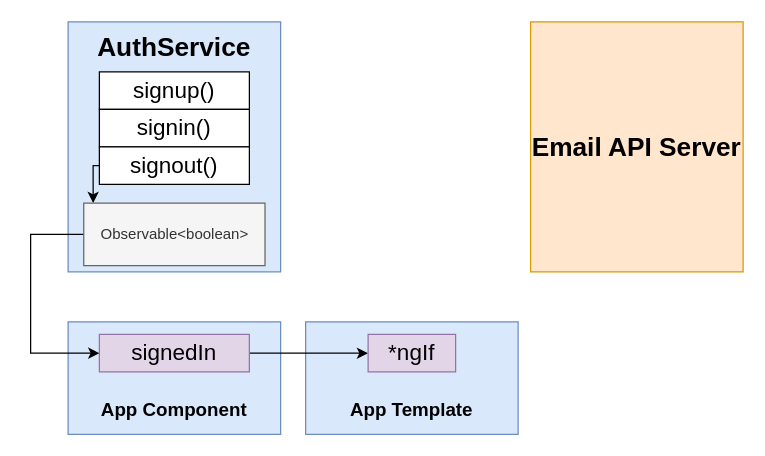
The draw.io diagram page "17 - rx" (19 of 23) of diagrams/auth/diagrams.drawio in StephenGrider/ng-casts, before the edit. Source tidied: cells renumbered, new cells numbered last; positions are measured from the earlier drawing's top-left corner, leaving out a move shared by most shapes. Both pictures are drawn from the tidied source at 125%, with x=0, y=0 at pixel (30, 21).
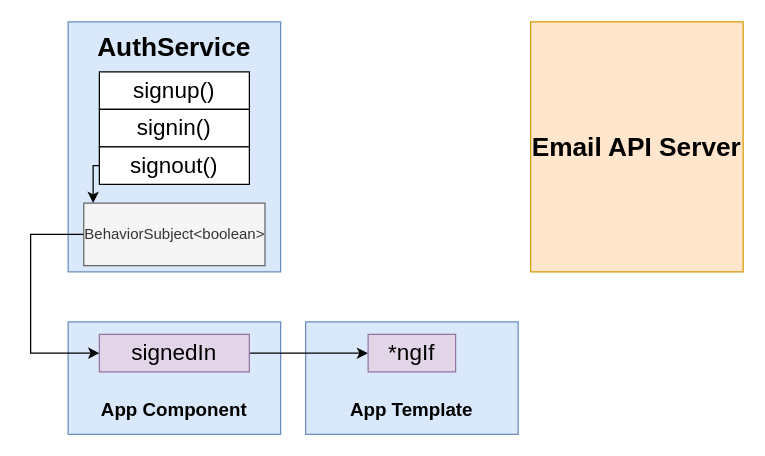
Above is the later version.

The edit, as a diff of the source:
```diff
@@
 <mxGraphModel>
   <root>
     <mxCell id="0" />
     <mxCell id="1" parent="0" />
     <mxCell id="2" style="rounded=0;whiteSpace=wrap;html=1;fontSize=21;align=center;fillColor=#dae8fc;strokeColor=#6c8ebf;fontStyle=1;" parent="1" vertex="1">
       <mxGeometry x="30" width="170" height="200" as="geometry" />
     </mxCell>
     <mxCell id="3" value="signup()" style="rounded=0;whiteSpace=wrap;html=1;fontSize=18;align=center;" parent="1" vertex="1">
       <mxGeometry x="55" y="40" width="120" height="30" as="geometry" />
     </mxCell>
     <mxCell id="4" value="Email API Server" style="rounded=0;whiteSpace=wrap;html=1;fontSize=21;align=center;fillColor=#ffe6cc;strokeColor=#d79b00;fontStyle=1;" parent="1" vertex="1">
       <mxGeometry x="400" width="170" height="200" as="geometry" />
     </mxCell>
     <mxCell id="5" value="&lt;span style=&quot;font-size: 21px ; font-weight: 700&quot;&gt;AuthService&lt;/span&gt;&lt;br style=&quot;font-size: 21px ; font-weight: 700&quot;&gt;" style="text;html=1;strokeColor=none;fillColor=none;align=center;verticalAlign=middle;whiteSpace=wrap;rounded=0;fontSize=18;" parent="1" vertex="1">
       <mxGeometry x="95" y="10" width="40" height="20" as="geometry" />
     </mxCell>
     <mxCell id="6" value="signin()" style="rounded=0;whiteSpace=wrap;html=1;fontSize=18;align=center;" parent="1" vertex="1">
       <mxGeometry x="55" y="70" width="120" height="30" as="geometry" />
     </mxCell>
     <mxCell id="7" style="edgeStyle=orthogonalEdgeStyle;rounded=0;jettySize=auto;html=1;exitX=0;exitY=0.5;exitDx=0;exitDy=0;entryX=0.052;entryY=0;entryDx=0;entryDy=0;entryPerimeter=0;fontSize=12;" parent="1" edge="1" source="8" target="17">
       <mxGeometry relative="1" as="geometry" />
     </mxCell>
     <mxCell id="8" value="signout()" style="rounded=0;whiteSpace=wrap;html=1;fontSize=18;align=center;" parent="1" vertex="1">
       <mxGeometry x="55" y="100" width="120" height="30" as="geometry" />
     </mxCell>
     <mxCell id="9" style="rounded=0;whiteSpace=wrap;html=1;fontSize=21;align=center;fillColor=#dae8fc;strokeColor=#6c8ebf;fontStyle=1;" parent="1" vertex="1">
       <mxGeometry x="30" y="240" width="170" height="90" as="geometry" />
     </mxCell>
     <mxCell id="10" value="&lt;span style=&quot;font-size: 15px; font-weight: 700;&quot;&gt;App Component&lt;/span&gt;" style="text;html=1;strokeColor=none;fillColor=none;align=center;verticalAlign=middle;whiteSpace=wrap;rounded=0;fontSize=15;" parent="1" vertex="1">
       <mxGeometry x="36.2" y="300" width="157.5" height="20" as="geometry" />
     </mxCell>
     <mxCell id="11" style="rounded=0;whiteSpace=wrap;html=1;fontSize=21;align=center;fillColor=#dae8fc;strokeColor=#6c8ebf;fontStyle=1;" parent="1" vertex="1">
       <mxGeometry x="220" y="240" width="170" height="90" as="geometry" />
     </mxCell>
     <mxCell id="12" value="&lt;span style=&quot;font-size: 15px ; font-weight: 700&quot;&gt;App Template&lt;/span&gt;" style="text;html=1;strokeColor=none;fillColor=none;align=center;verticalAlign=middle;whiteSpace=wrap;rounded=0;fontSize=15;" parent="1" vertex="1">
       <mxGeometry x="226.2" y="300" width="157.5" height="20" as="geometry" />
     </mxCell>
     <mxCell id="13" style="edgeStyle=orthogonalEdgeStyle;rounded=0;jettySize=auto;html=1;exitX=1;exitY=0.5;exitDx=0;exitDy=0;entryX=0.294;entryY=0.278;entryDx=0;entryDy=0;entryPerimeter=0;fontSize=15;" parent="1" edge="1" source="14" target="11">
       <mxGeometry relative="1" as="geometry" />
     </mxCell>
     <mxCell id="14" value="signedIn" style="rounded=0;whiteSpace=wrap;html=1;fontSize=18;align=center;fillColor=#e1d5e7;strokeColor=#9673a6;" parent="1" vertex="1">
       <mxGeometry x="55" y="250" width="120" height="30" as="geometry" />
     </mxCell>
     <mxCell id="15" value="*ngIf" style="rounded=0;whiteSpace=wrap;html=1;fontSize=18;align=center;fillColor=#e1d5e7;strokeColor=#9673a6;" parent="1" vertex="1">
       <mxGeometry x="270" y="250" width="70" height="30" as="geometry" />
     </mxCell>
     <mxCell id="16" style="edgeStyle=orthogonalEdgeStyle;rounded=0;jettySize=auto;html=1;exitX=0;exitY=0.5;exitDx=0;exitDy=0;entryX=0;entryY=0.5;entryDx=0;entryDy=0;fontSize=12;" parent="1" edge="1" source="17" target="14">
       <mxGeometry relative="1" as="geometry">
         <Array as="points">
           <mxPoint y="170" />
           <mxPoint y="265" />
         </Array>
       </mxGeometry>
     </mxCell>
-    <mxCell id="17" value="Observable&amp;lt;boolean&amp;gt;" style="rounded=0;whiteSpace=wrap;html=1;fontSize=12;align=center;fillColor=#f5f5f5;strokeColor=#666666;fontColor=#333333;" parent="1" vertex="1">
+    <mxCell id="17" value="BehaviorSubject&amp;lt;boolean&amp;gt;" style="rounded=0;whiteSpace=wrap;html=1;fontSize=12;align=center;fillColor=#f5f5f5;strokeColor=#666666;fontColor=#333333;" parent="1" vertex="1">
       <mxGeometry x="42.5" y="145" width="145" height="50" as="geometry" />
     </mxCell>
   </root>
 </mxGraphModel>
```
